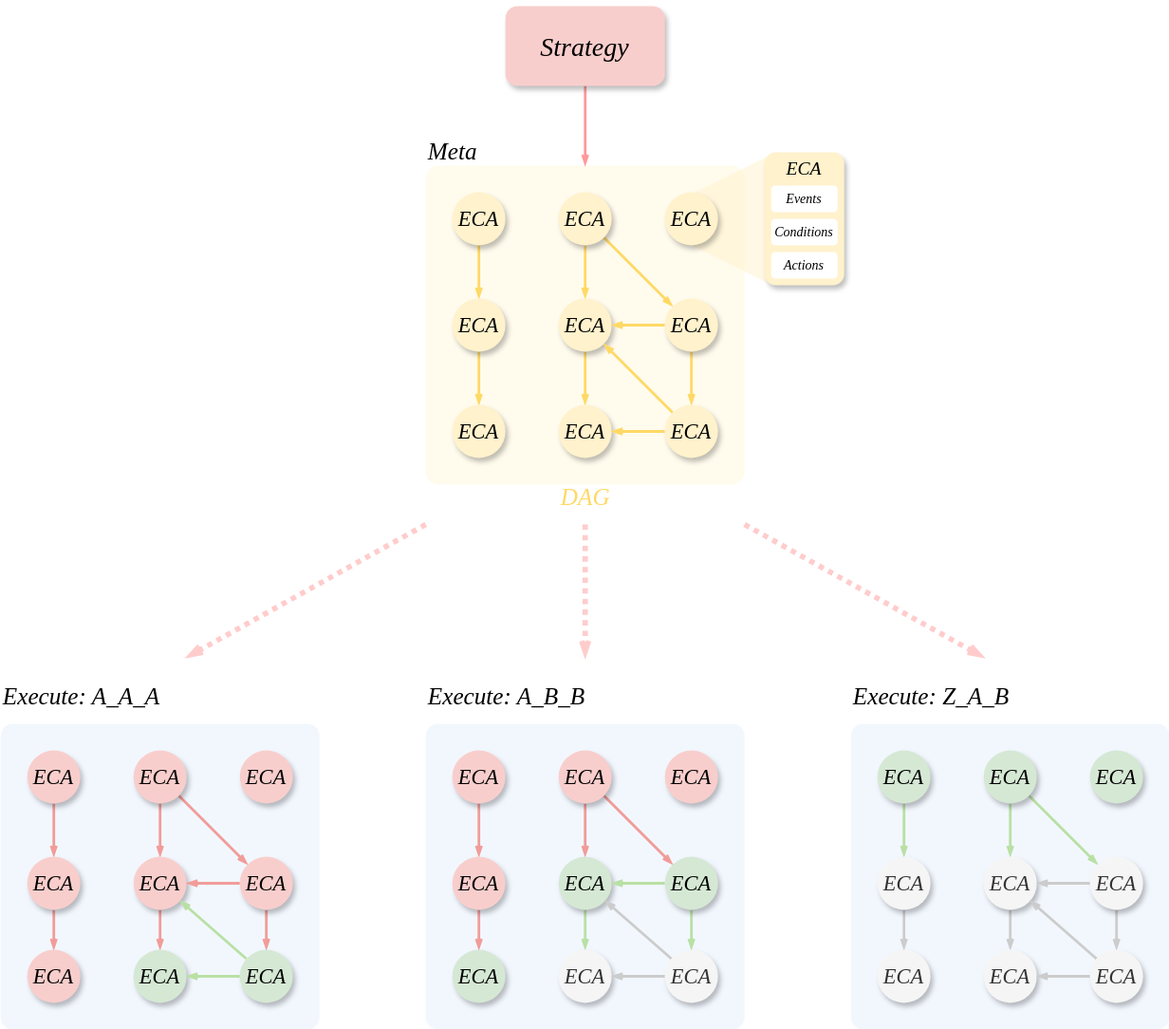
The draw.io diagram system design/assets/202602052353.svg in Algo2147483647/engineering, before a commit. Source tidied: cells renumbered, new cells last; positions are measured from the earlier drawing's top-left corner, leaving out a move shared by most shapes.
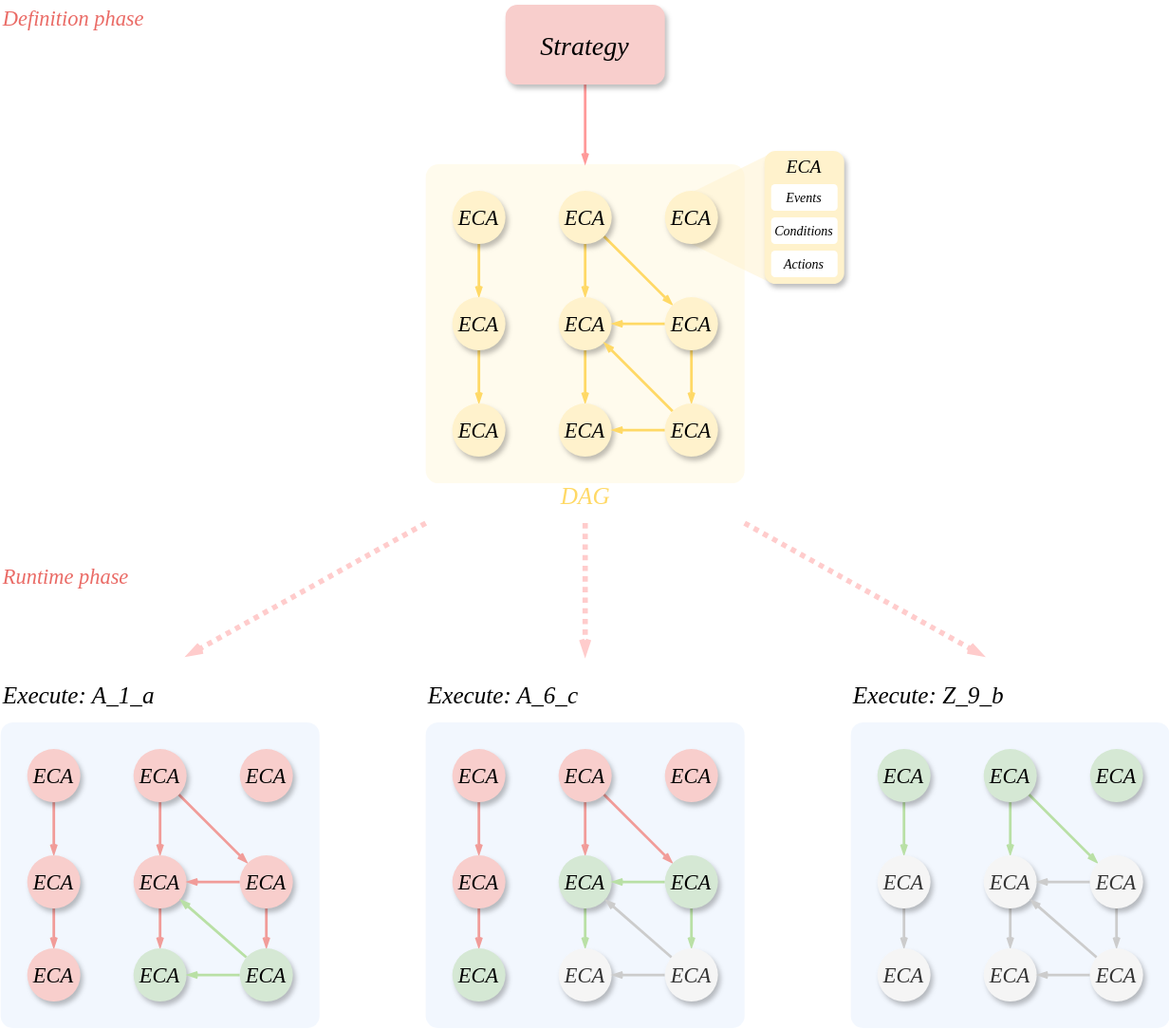
The same diagram one commit later.

The edit, as a diff of the source:
```diff
@@ -94,8 +94,8 @@
     <mxCell id="30" value="&lt;i style=&quot;font-family: &amp;quot;Times New Roman&amp;quot;;&quot;&gt;ECA&lt;/i&gt;" style="ellipse;whiteSpace=wrap;html=1;fontSize=16;strokeWidth=2;shadow=1;verticalAlign=middle;horizontal=1;strokeColor=none;fillColor=#fff2cc;" parent="1" vertex="1">
       <mxGeometry x="500" y="300" width="40" height="40" as="geometry" />
     </mxCell>
-    <mxCell id="31" value="&lt;span style=&quot;forced-color-adjust: none; font-size: 18px; font-variant-ligatures: normal; font-variant-caps: normal; letter-spacing: normal; orphans: 2; text-align: center; text-indent: 0px; text-transform: none; widows: 2; word-spacing: 0px; -webkit-text-stroke-width: 0px; white-space: normal; text-decoration-thickness: initial; text-decoration-style: initial; text-decoration-color: initial;&quot;&gt;&lt;font style=&quot;forced-color-adjust: none; font-size: 18px;&quot;&gt;Meta&lt;/font&gt;&lt;/span&gt;" style="text;whiteSpace=wrap;html=1;shadow=0;textShadow=0;labelBackgroundColor=none;fontStyle=2;fontFamily=Times New Roman;fontColor=#000000;verticalAlign=middle;" parent="1" vertex="1">
-      <mxGeometry x="320" y="100" width="100" height="20" as="geometry" />
+    <mxCell id="31" value="&lt;span style=&quot;forced-color-adjust: none; font-size: 16px; font-variant-ligatures: normal; font-variant-caps: normal; letter-spacing: normal; orphans: 2; text-align: center; text-indent: 0px; text-transform: none; widows: 2; word-spacing: 0px; -webkit-text-stroke-width: 0px; white-space: normal; text-decoration-thickness: initial; text-decoration-style: initial; text-decoration-color: initial;&quot;&gt;&lt;font style=&quot;forced-color-adjust: none; font-size: 16px;&quot;&gt;Definition phase&lt;/font&gt;&lt;/span&gt;" style="text;whiteSpace=wrap;html=1;shadow=0;textShadow=0;labelBackgroundColor=none;fontStyle=2;fontFamily=Times New Roman;fontColor=#EA6B66;verticalAlign=middle;fontSize=16;" parent="1" vertex="1">
+      <mxGeometry width="140" height="20" as="geometry" />
     </mxCell>
     <mxCell id="32" style="edgeStyle=orthogonalEdgeStyle;curved=0;rounded=1;jettySize=auto;html=1;entryX=0.5;entryY=0;entryDx=0;entryDy=0;strokeColor=#F19C99;strokeWidth=2;align=center;verticalAlign=middle;fontFamily=Helvetica;fontSize=11;fontColor=default;labelBackgroundColor=default;endArrow=openThin;endFill=0;fillColor=#fff2cc;shadow=0;endSize=4;" parent="1" edge="1" source="36" target="39">
       <mxGeometry relative="1" as="geometry" />
@@ -283,14 +283,17 @@
         <mxPoint x="140" y="490" as="targetPoint" />
       </mxGeometry>
     </mxCell>
-    <mxCell id="91" value="&lt;span style=&quot;forced-color-adjust: none; font-size: 18px; font-variant-ligatures: normal; font-variant-caps: normal; letter-spacing: normal; orphans: 2; text-align: center; text-indent: 0px; text-transform: none; widows: 2; word-spacing: 0px; -webkit-text-stroke-width: 0px; white-space: normal; text-decoration-thickness: initial; text-decoration-style: initial; text-decoration-color: initial;&quot;&gt;&lt;font style=&quot;forced-color-adjust: none; font-size: 18px;&quot;&gt;Execute: A_A_A&lt;/font&gt;&lt;/span&gt;" style="text;whiteSpace=wrap;html=1;shadow=0;textShadow=0;labelBackgroundColor=none;fontStyle=2;fontFamily=Times New Roman;fontColor=#000000;verticalAlign=middle;" parent="1" vertex="1">
+    <mxCell id="91" value="&lt;span style=&quot;forced-color-adjust: none; font-size: 18px; font-variant-ligatures: normal; font-variant-caps: normal; letter-spacing: normal; orphans: 2; text-align: center; text-indent: 0px; text-transform: none; widows: 2; word-spacing: 0px; -webkit-text-stroke-width: 0px; white-space: normal; text-decoration-thickness: initial; text-decoration-style: initial; text-decoration-color: initial;&quot;&gt;&lt;font style=&quot;forced-color-adjust: none; font-size: 18px;&quot;&gt;Execute: A_1_a&lt;/font&gt;&lt;/span&gt;" style="text;whiteSpace=wrap;html=1;shadow=0;textShadow=0;labelBackgroundColor=none;fontStyle=2;fontFamily=Times New Roman;fontColor=#000000;verticalAlign=middle;" parent="1" vertex="1">
       <mxGeometry y="500" width="150" height="40" as="geometry" />
     </mxCell>
-    <mxCell id="92" value="&lt;span style=&quot;forced-color-adjust: none; font-size: 18px; font-variant-ligatures: normal; font-variant-caps: normal; letter-spacing: normal; orphans: 2; text-align: center; text-indent: 0px; text-transform: none; widows: 2; word-spacing: 0px; -webkit-text-stroke-width: 0px; white-space: normal; text-decoration-thickness: initial; text-decoration-style: initial; text-decoration-color: initial;&quot;&gt;&lt;font style=&quot;forced-color-adjust: none; font-size: 18px;&quot;&gt;Execute: A_B_B&lt;/font&gt;&lt;/span&gt;" style="text;whiteSpace=wrap;html=1;shadow=0;textShadow=0;labelBackgroundColor=none;fontStyle=2;fontFamily=Times New Roman;fontColor=#000000;verticalAlign=middle;" parent="1" vertex="1">
+    <mxCell id="92" value="&lt;span style=&quot;forced-color-adjust: none; font-size: 18px; font-variant-ligatures: normal; font-variant-caps: normal; letter-spacing: normal; orphans: 2; text-align: center; text-indent: 0px; text-transform: none; widows: 2; word-spacing: 0px; -webkit-text-stroke-width: 0px; white-space: normal; text-decoration-thickness: initial; text-decoration-style: initial; text-decoration-color: initial;&quot;&gt;&lt;font style=&quot;forced-color-adjust: none; font-size: 18px;&quot;&gt;Execute: A_6_c&lt;/font&gt;&lt;/span&gt;" style="text;whiteSpace=wrap;html=1;shadow=0;textShadow=0;labelBackgroundColor=none;fontStyle=2;fontFamily=Times New Roman;fontColor=#000000;verticalAlign=middle;" parent="1" vertex="1">
       <mxGeometry x="320" y="500" width="150" height="40" as="geometry" />
     </mxCell>
-    <mxCell id="93" value="&lt;span style=&quot;forced-color-adjust: none; font-size: 18px; font-variant-ligatures: normal; font-variant-caps: normal; letter-spacing: normal; orphans: 2; text-align: center; text-indent: 0px; text-transform: none; widows: 2; word-spacing: 0px; -webkit-text-stroke-width: 0px; white-space: normal; text-decoration-thickness: initial; text-decoration-style: initial; text-decoration-color: initial;&quot;&gt;&lt;font style=&quot;forced-color-adjust: none; font-size: 18px;&quot;&gt;Execute: Z_A_B&lt;/font&gt;&lt;/span&gt;" style="text;whiteSpace=wrap;html=1;shadow=0;textShadow=0;labelBackgroundColor=none;fontStyle=2;fontFamily=Times New Roman;fontColor=#000000;verticalAlign=middle;" parent="1" vertex="1">
+    <mxCell id="93" value="&lt;span style=&quot;forced-color-adjust: none; font-size: 18px; font-variant-ligatures: normal; font-variant-caps: normal; letter-spacing: normal; orphans: 2; text-align: center; text-indent: 0px; text-transform: none; widows: 2; word-spacing: 0px; -webkit-text-stroke-width: 0px; white-space: normal; text-decoration-thickness: initial; text-decoration-style: initial; text-decoration-color: initial;&quot;&gt;&lt;font style=&quot;forced-color-adjust: none; font-size: 18px;&quot;&gt;Execute: Z_9_b&lt;/font&gt;&lt;/span&gt;" style="text;whiteSpace=wrap;html=1;shadow=0;textShadow=0;labelBackgroundColor=none;fontStyle=2;fontFamily=Times New Roman;fontColor=#000000;verticalAlign=middle;" parent="1" vertex="1">
       <mxGeometry x="640" y="500" width="150" height="40" as="geometry" />
     </mxCell>
+    <mxCell id="94" value="&lt;span style=&quot;forced-color-adjust: none; font-size: 16px; font-variant-ligatures: normal; font-variant-caps: normal; letter-spacing: normal; orphans: 2; text-align: center; text-indent: 0px; text-transform: none; widows: 2; word-spacing: 0px; -webkit-text-stroke-width: 0px; white-space: normal; text-decoration-thickness: initial; text-decoration-style: initial; text-decoration-color: initial;&quot;&gt;&lt;font style=&quot;forced-color-adjust: none; font-size: 16px;&quot;&gt;Runtime phase&lt;/font&gt;&lt;/span&gt;" style="text;whiteSpace=wrap;html=1;shadow=0;textShadow=0;labelBackgroundColor=none;fontStyle=2;fontFamily=Times New Roman;fontColor=#EA6B66;verticalAlign=middle;fontSize=16;" parent="1" vertex="1">
+      <mxGeometry y="420" width="140" height="20" as="geometry" />
+    </mxCell>
   </root>
 </mxGraphModel>
```
